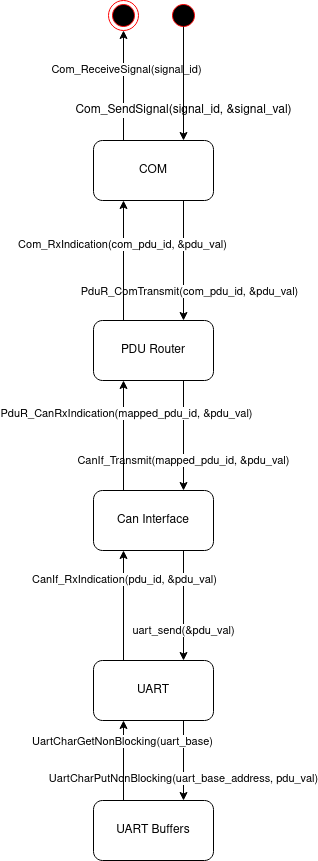
This is Embedded Systems Block Diagram.png from eslamtayseer/AutoSarComStack, a draw.io export, as it was before one commit. Source tidied: cells renumbered, new cells last; positions are measured from the earlier drawing's top-left corner, leaving out a move shared by most shapes.
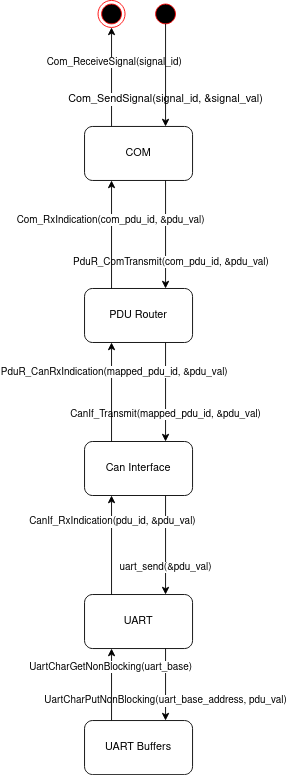
After the commit.

The edit, as a diff of the source:
```diff
@@ -25,14 +25,14 @@
     <mxCell id="8" style="ellipse;html=1;shape=startState;fillColor=#000000;strokeColor=#ff0000;labelBackgroundColor=#ffffff;" parent="1" vertex="1">
       <mxGeometry x="100" width="30" height="30" as="geometry" />
     </mxCell>
-    <mxCell id="9" style="edgeStyle=orthogonalEdgeStyle;html=1;verticalAlign=bottom;endArrow=classic;rounded=1;endFill=1;entryX=0.75;entryY=0;entryDx=0;entryDy=0;" parent="1" edge="1" target="4">
-      <mxGeometry relative="1" as="geometry">
-        <mxPoint x="115" y="26" as="sourcePoint" />
-        <Array as="points">
-          <mxPoint x="115" y="26" />
-        </Array>
-      </mxGeometry>
-    </mxCell>
+    <mxCell id="26" style="edgeStyle=orthogonalEdgeStyle;html=1;verticalAlign=bottom;endArrow=classic;rounded=1;endFill=1;entryX=0.75;entryY=0;entryDx=0;entryDy=0;" parent="1" edge="1" target="4">
+      <mxGeometry relative="1" as="geometry">
+        <mxPoint x="115" y="26" as="sourcePoint" />
+        <Array as="points">
+          <mxPoint x="115" y="26" />
+        </Array>
+      </mxGeometry>
+    </mxCell>
     <mxCell id="10" value="CanIf_Transmit(mapped_pdu_id, &amp;amp;pdu_val)" style="edgeStyle=orthogonalEdgeStyle;rounded=1;jettySize=auto;html=1;endArrow=classic;endFill=1;strokeColor=#000000;exitX=0.75;exitY=1;exitDx=0;exitDy=0;entryX=0.75;entryY=0;entryDx=0;entryDy=0;" parent="1" edge="1" source="11" target="13">
       <mxGeometry x="0.45" relative="1" as="geometry" />
     </mxCell>
@@ -53,12 +53,12 @@
         <mxPoint x="115" y="800" as="targetPoint" />
       </mxGeometry>
     </mxCell>
-    <mxCell id="16" style="endArrow=classic;html=1;strokeColor=#000000;entryX=0.25;entryY=1;entryDx=0;entryDy=0;" parent="1" edge="1" target="14">
-      <mxGeometry relative="1" as="geometry">
-        <mxPoint x="55" y="800" as="sourcePoint" />
-      </mxGeometry>
-    </mxCell>
+    <mxCell id="27" style="endArrow=classic;html=1;strokeColor=#000000;entryX=0.25;entryY=1;entryDx=0;entryDy=0;" parent="1" edge="1" target="14">
+      <mxGeometry relative="1" as="geometry">
+        <mxPoint x="55" y="800" as="sourcePoint" />
+      </mxGeometry>
+    </mxCell>
-    <mxCell id="17" value="UartCharGetNonBlocking(uart_base)" style="edgeLabel;html=1;align=center;verticalAlign=middle;" parent="16" vertex="1">
+    <mxCell id="17" value="UartCharGetNonBlocking(uart_base)" style="edgeLabel;html=1;align=center;verticalAlign=middle;" parent="27" vertex="1">
       <mxGeometry x="0.51" y="2" relative="1" as="geometry" />
     </mxCell>
     <mxCell id="18" style="endArrow=classic;html=1;strokeColor=#000000;exitX=0.25;exitY=0;exitDx=0;exitDy=0;entryX=0.25;entryY=1;entryDx=0;entryDy=0;" parent="1" edge="1" source="14" target="13">
```
